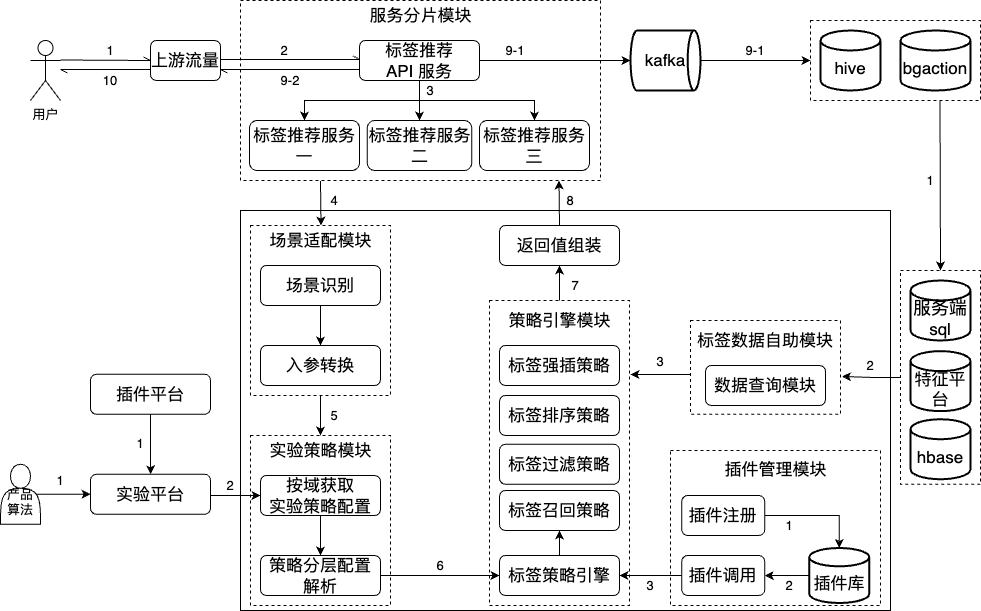
Before: work-draw-file/标签平台数据链路图.png, a diagram exported from draw.io (liujunao/draw-data). Source tidied: cells renumbered, new cells last; positions are measured from the earlier drawing's top-left corner, leaving out a move shared by most shapes.
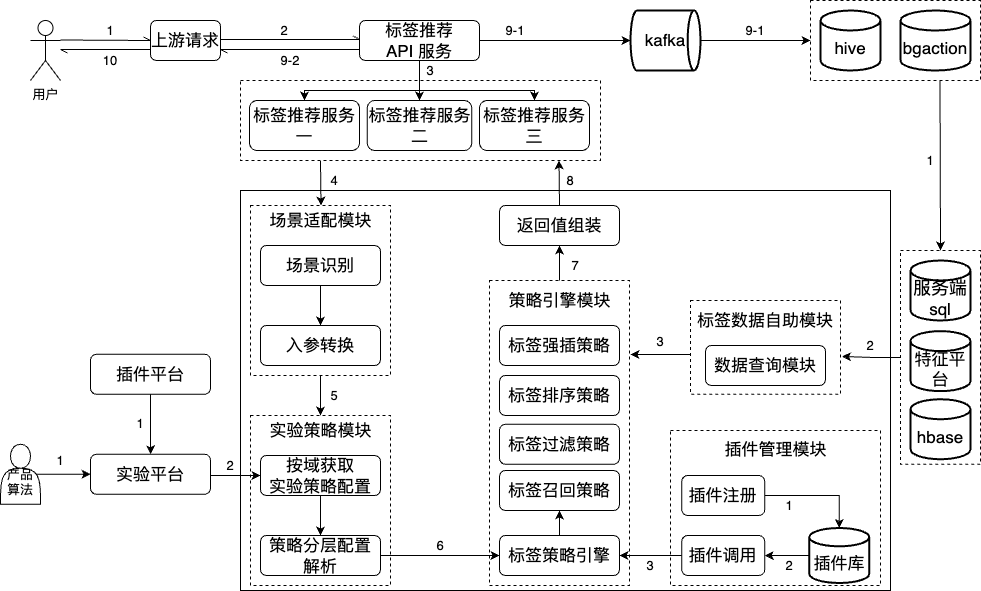
Above is the later version.

Commit message:
更新标签平台数据链路图.png

Change to the diagram source:
```diff
@@ -15,7 +15,7 @@
       <mxGeometry x="670" y="450" width="210" height="155" as="geometry" />
     </mxCell>
     <mxCell id="6" style="rounded=0;whiteSpace=wrap;html=1;dashed=1;" parent="1" vertex="1">
-      <mxGeometry x="240" width="360" height="180" as="geometry" />
+      <mxGeometry x="240" y="100" width="360" height="80" as="geometry" />
     </mxCell>
     <mxCell id="7" style="rounded=0;whiteSpace=wrap;html=1;dashed=1;" parent="1" vertex="1">
       <mxGeometry x="900" y="270" width="80" height="213.8" as="geometry" />
@@ -38,8 +38,8 @@
     <mxCell id="13" style="edgeStyle=orthogonalEdgeStyle;rounded=0;jettySize=auto;html=1;exitX=0.5;exitY=1;exitDx=0;exitDy=0;" parent="1" edge="1" source="16" target="65">
       <mxGeometry relative="1" as="geometry">
         <Array as="points">
-          <mxPoint x="419" y="100" />
-          <mxPoint x="304" y="100" />
+          <mxPoint x="419" y="110" />
+          <mxPoint x="304" y="110" />
         </Array>
       </mxGeometry>
     </mxCell>
@@ -49,8 +49,8 @@
     <mxCell id="15" style="edgeStyle=orthogonalEdgeStyle;rounded=0;jettySize=auto;html=1;exitX=0.5;exitY=1;exitDx=0;exitDy=0;entryX=0.5;entryY=0;entryDx=0;entryDy=0;" parent="1" edge="1" source="16" target="67">
       <mxGeometry relative="1" as="geometry">
         <Array as="points">
-          <mxPoint x="419" y="100" />
-          <mxPoint x="534" y="100" />
+          <mxPoint x="419" y="110" />
+          <mxPoint x="534" y="110" />
         </Array>
       </mxGeometry>
     </mxCell>
@@ -89,7 +89,7 @@
     <mxCell id="25" value="&lt;font size=&quot;3&quot;&gt;标签强插策略&lt;/font&gt;" style="rounded=1;whiteSpace=wrap;html=1;" parent="1" vertex="1">
       <mxGeometry x="499" y="345" width="120" height="40" as="geometry" />
     </mxCell>
-    <mxCell id="26" value="&lt;font size=&quot;3&quot;&gt;上游流量&lt;br&gt;&lt;/font&gt;" style="rounded=1;whiteSpace=wrap;html=1;" parent="1" vertex="1">
+    <mxCell id="26" value="&lt;font size=&quot;3&quot;&gt;上游请求&lt;br&gt;&lt;/font&gt;" style="rounded=1;whiteSpace=wrap;html=1;" parent="1" vertex="1">
       <mxGeometry x="150" y="40" width="70" height="40" as="geometry" />
     </mxCell>
     <mxCell id="27" value="用户" style="shape=umlActor;verticalLabelPosition=bottom;verticalAlign=top;html=1;" parent="1" vertex="1">
@@ -229,9 +229,6 @@
     <mxCell id="68" value="4" style="text;html=1;strokeColor=none;fillColor=none;align=center;verticalAlign=middle;whiteSpace=wrap;rounded=0;" parent="1" vertex="1">
       <mxGeometry x="324" y="190" width="20" height="20" as="geometry" />
     </mxCell>
-    <mxCell id="69" value="&lt;font size=&quot;3&quot;&gt;服务分片模块&lt;/font&gt;" style="text;html=1;strokeColor=none;fillColor=none;align=center;verticalAlign=middle;whiteSpace=wrap;rounded=0;" parent="1" vertex="1">
-      <mxGeometry x="367.5" width="105" height="30" as="geometry" />
-    </mxCell>
     <mxCell id="70" style="edgeStyle=orthogonalEdgeStyle;rounded=0;jettySize=auto;html=1;exitX=0.5;exitY=1;exitDx=0;exitDy=0;" parent="1" edge="1" source="71" target="23">
       <mxGeometry relative="1" as="geometry" />
     </mxCell>
```
